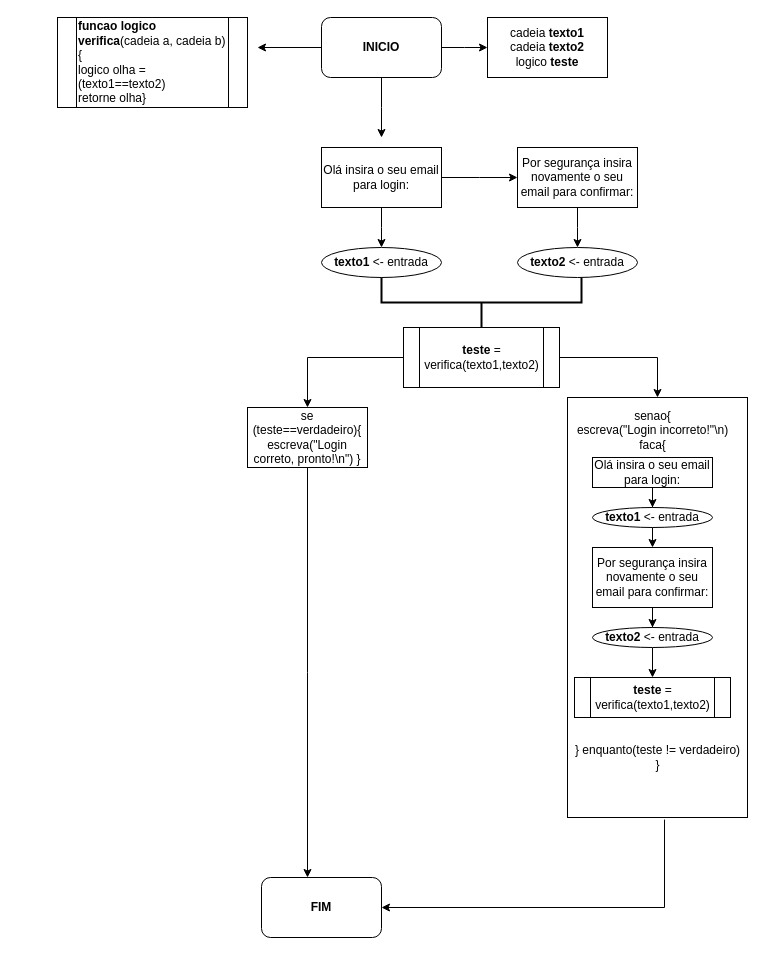
Matheuslbcosta02/diagramas_pdf keeps this draw.io diagram as cadeias_comparadas.drawio. Above is the earlier version. Source tidied: cells renumbered, new cells numbered last; positions are measured from the earlier drawing's top-left corner, leaving out a move shared by most shapes. Both pictures are drawn from the tidied source at 100%, with x=0, y=0 at pixel (57, 17).
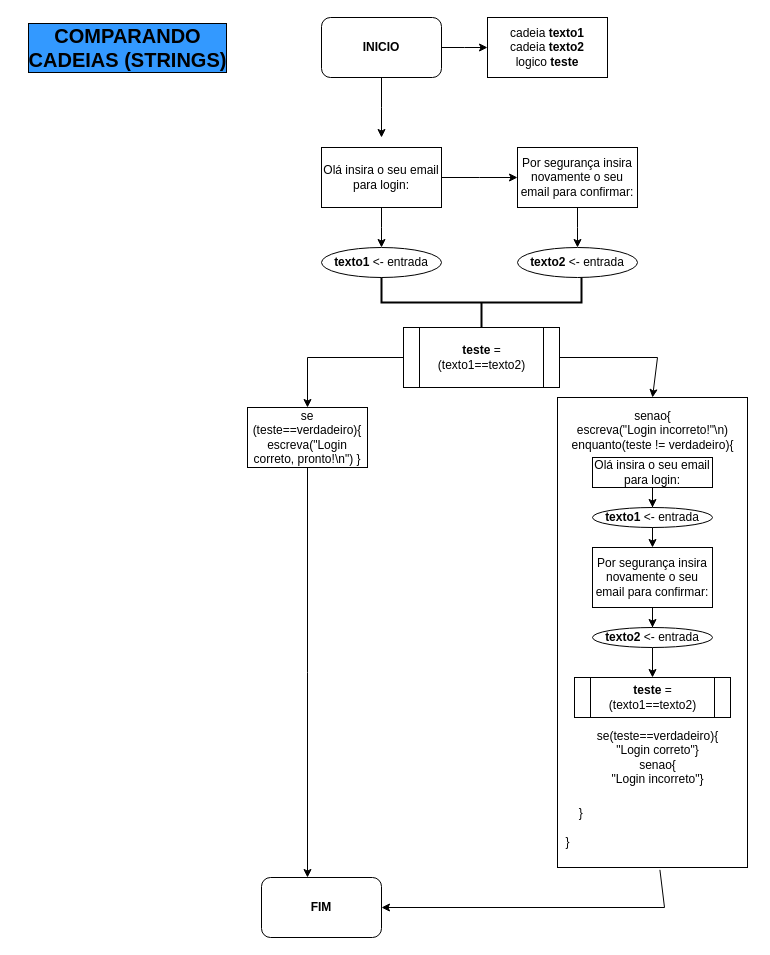
Above is the later version.

The change refers to these unchanged cells:
```xml
<mxCell id="5" value="&lt;b&gt;INICIO&lt;/b&gt;" style="rounded=1;whiteSpace=wrap;html=1;" parent="1" vertex="1">
  <mxGeometry x="264" width="120" height="60" as="geometry" />
</mxCell>
```

What changed in the source:
```diff
@@
-    <mxCell id="3" style="edgeStyle=orthogonalEdgeStyle;rounded=0;jettySize=auto;html=1;" parent="1" edge="1" source="5">
-      <mxGeometry relative="1" as="geometry">
-        <mxPoint x="200" y="30" as="targetPoint" />
-      </mxGeometry>
-    </mxCell>
@@
-    <mxCell id="7" value="&lt;b&gt;funcao logico verifica&lt;/b&gt;(cadeia a, cadeia b){&lt;div&gt;logico olha = (texto1==texto2)&lt;/div&gt;&lt;div&gt;retorne olha}&lt;/div&gt;" style="shape=process;whiteSpace=wrap;html=1;backgroundOutline=1;align=left;" parent="1" vertex="1">
-      <mxGeometry width="190" height="90" as="geometry" />
-    </mxCell>
@@
-    <mxCell id="16" value="&lt;b&gt;teste &lt;/b&gt;= verifica(texto1,texto2)" style="shape=process;whiteSpace=wrap;html=1;backgroundOutline=1;" parent="1" vertex="1">
+    <mxCell id="16" value="&lt;b&gt;teste &lt;/b&gt;= (texto1==texto2)" style="shape=process;whiteSpace=wrap;html=1;backgroundOutline=1;" parent="1" vertex="1">
       <mxGeometry x="346" y="310" width="156" height="60" as="geometry" />
     </mxCell>
@@
     <mxCell id="19" value="&lt;div&gt;&lt;br&gt;&lt;/div&gt;" style="rounded=0;whiteSpace=wrap;html=1;" parent="1" vertex="1">
-      <mxGeometry x="510" y="380" width="180" height="420" as="geometry" />
+      <mxGeometry x="500" y="380" width="190" height="470" as="geometry" />
     </mxCell>
@@
-    <mxCell id="21" value="senao{&lt;div&gt;escreva(&quot;Login incorreto!&quot;\n)&lt;/div&gt;&lt;div&gt;faca{&lt;/div&gt;&lt;div&gt;&lt;br style=&quot;text-wrap: wrap;&quot;&gt;&lt;/div&gt;" style="text;html=1;align=center;verticalAlign=middle;strokeColor=none;fillColor=none;" parent="1" vertex="1">
-      <mxGeometry x="510" y="385" width="170" height="70" as="geometry" />
+    <mxCell id="21" value="senao{&lt;div&gt;escreva(&quot;Login incorreto!&quot;\n)&lt;/div&gt;&lt;div&gt;enquanto(teste != verdadeiro){&lt;/div&gt;&lt;div&gt;&lt;br style=&quot;text-wrap: wrap;&quot;&gt;&lt;/div&gt;" style="text;html=1;align=center;verticalAlign=middle;strokeColor=none;fillColor=none;" parent="1" vertex="1">
+      <mxGeometry x="500" y="385" width="190" height="70" as="geometry" />
     </mxCell>
@@
-    <mxCell id="30" value="&lt;b&gt;teste &lt;/b&gt;= verifica(texto1,texto2)" style="shape=process;whiteSpace=wrap;html=1;backgroundOutline=1;" parent="1" vertex="1">
+    <mxCell id="30" value="&lt;b&gt;teste &lt;/b&gt;= (texto1==texto2)" style="shape=process;whiteSpace=wrap;html=1;backgroundOutline=1;" parent="1" vertex="1">
       <mxGeometry x="517" y="660" width="156" height="40" as="geometry" />
     </mxCell>
-    <mxCell id="31" value="} enquanto(teste != verdadeiro)&lt;div&gt;}&lt;/div&gt;" style="text;html=1;align=center;verticalAlign=middle;strokeColor=none;fillColor=none;" parent="1" vertex="1">
-      <mxGeometry x="505" y="720" width="190" height="40" as="geometry" />
+    <mxCell id="31" value="se(teste==verdadeiro){&lt;div&gt;&quot;Login correto&quot;}&lt;/div&gt;&lt;div&gt;senao{&lt;/div&gt;&lt;div&gt;&quot;Login incorreto&quot;}&lt;/div&gt;" style="text;html=1;align=center;verticalAlign=middle;strokeColor=none;fillColor=none;" parent="1" vertex="1">
+      <mxGeometry x="530" y="705" width="140" height="70" as="geometry" />
     </mxCell>
@@
+    <mxCell id="35" value="&lt;span style=&quot;white-space: pre;&quot;&gt;&#9;&lt;/span&gt;}&lt;div&gt;&lt;br&gt;&lt;/div&gt;&lt;div&gt;}&lt;/div&gt;" style="text;html=1;align=center;verticalAlign=middle;strokeColor=none;fillColor=none;" parent="1" vertex="1">
+      <mxGeometry x="485" y="780" width="50" height="60" as="geometry" />
+    </mxCell>
+    <mxCell id="36" value="&lt;b style=&quot;font-size: 20px;&quot;&gt;&lt;font style=&quot;font-size: 20px;&quot;&gt;COMPARANDO&lt;/font&gt;&lt;/b&gt;&lt;div style=&quot;font-size: 20px;&quot;&gt;&lt;b style=&quot;&quot;&gt;&lt;font style=&quot;font-size: 20px;&quot;&gt;CADEIAS (STRINGS)&lt;/font&gt;&lt;/b&gt;&lt;/div&gt;" style="text;html=1;align=center;verticalAlign=middle;strokeColor=none;fillColor=none;labelBorderColor=default;labelBackgroundColor=#3399FF;" parent="1" vertex="1">
+      <mxGeometry x="-40" width="220" height="60" as="geometry" />
+    </mxCell>
```
